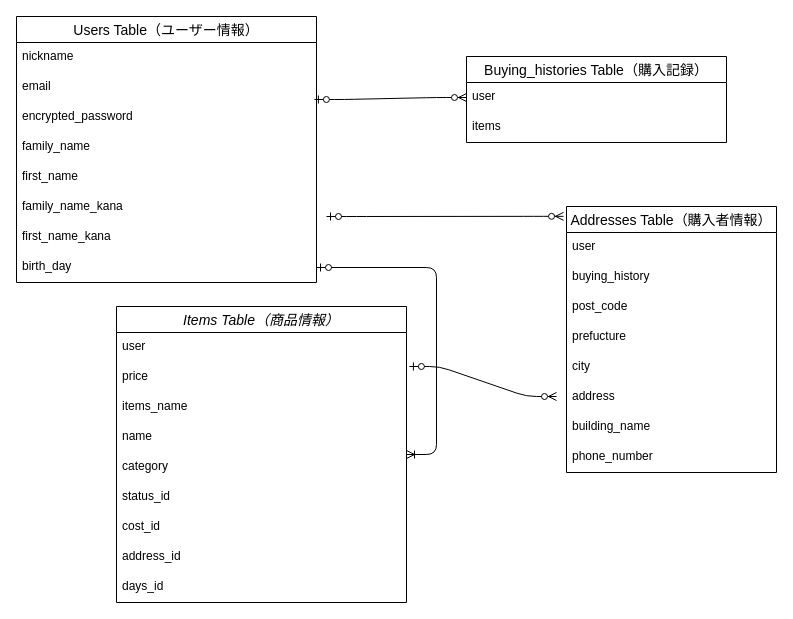
Before: db.dio in ran-hrsw/furima-40243, a draw.io diagram. Source tidied: cells renumbered, new cells numbered last; positions are measured from the earlier drawing's top-left corner, leaving out a move shared by most shapes. Both pictures are drawn from the tidied source at 100%, with x=0, y=0 at pixel (16, 16).
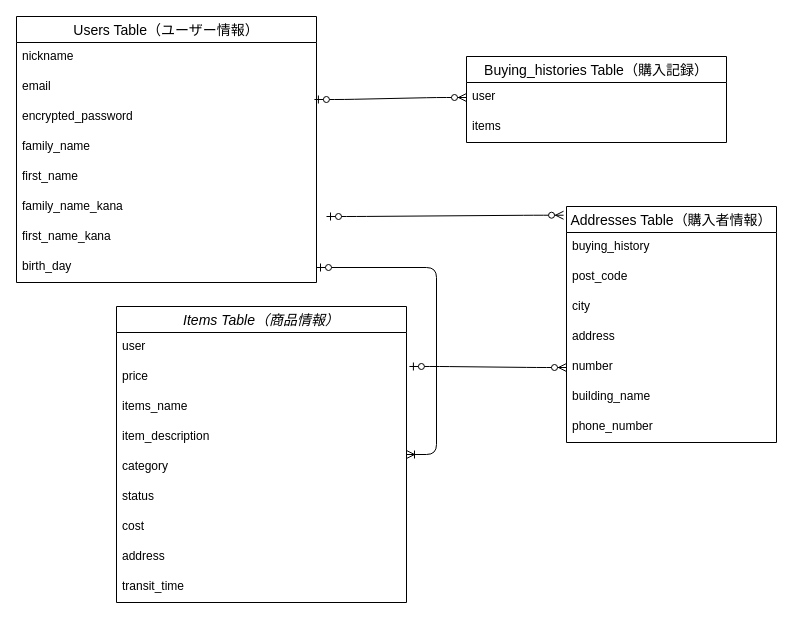
The same page after the edit.

Unchanged cells that the change refers to:
```xml
<mxCell id="2" value="Items Table（商品情報）" style="swimlane;fontStyle=2;horizontal=1;startSize=26;align=center;fontSize=14;" parent="1" vertex="1">
  <mxGeometry x="100" y="290" width="290" height="296" as="geometry" />
</mxCell>
<mxCell id="4" value="price" style="text;strokeColor=none;fillColor=none;spacingLeft=4;spacingRight=4;overflow=hidden;points=[[0,0.5],[1,0.5]];portConstraint=eastwest;fontSize=12;" parent="2" vertex="1">
  <mxGeometry y="56" width="290" height="30" as="geometry" />
</mxCell>
```

Diff of the diagram source:
```diff
@@
-    <mxCell id="6" value="name" style="text;strokeColor=none;fillColor=none;spacingLeft=4;spacingRight=4;overflow=hidden;fontSize=12;" parent="2" vertex="1">
+    <mxCell id="6" value="item_description" style="text;strokeColor=none;fillColor=none;spacingLeft=4;spacingRight=4;overflow=hidden;fontSize=12;" parent="2" vertex="1">
       <mxGeometry y="116" width="290" height="30" as="geometry" />
     </mxCell>
@@
-    <mxCell id="8" value="status_id" style="text;strokeColor=none;fillColor=none;spacingLeft=4;spacingRight=4;overflow=hidden;fontSize=12;" parent="2" vertex="1">
+    <mxCell id="8" value="status" style="text;strokeColor=none;fillColor=none;spacingLeft=4;spacingRight=4;overflow=hidden;fontSize=12;" parent="2" vertex="1">
       <mxGeometry y="176" width="290" height="30" as="geometry" />
     </mxCell>
-    <mxCell id="9" value="cost_id" style="text;strokeColor=none;fillColor=none;spacingLeft=4;spacingRight=4;overflow=hidden;fontSize=12;" parent="2" vertex="1">
+    <mxCell id="9" value="cost" style="text;strokeColor=none;fillColor=none;spacingLeft=4;spacingRight=4;overflow=hidden;fontSize=12;" parent="2" vertex="1">
       <mxGeometry y="206" width="290" height="30" as="geometry" />
     </mxCell>
-    <mxCell id="10" value="address_id" style="text;strokeColor=none;fillColor=none;spacingLeft=4;spacingRight=4;overflow=hidden;fontSize=12;" parent="2" vertex="1">
+    <mxCell id="10" value="address" style="text;strokeColor=none;fillColor=none;spacingLeft=4;spacingRight=4;overflow=hidden;fontSize=12;" parent="2" vertex="1">
       <mxGeometry y="236" width="290" height="30" as="geometry" />
     </mxCell>
-    <mxCell id="11" value="days_id" style="text;strokeColor=none;fillColor=none;spacingLeft=4;spacingRight=4;overflow=hidden;fontSize=12;" parent="2" vertex="1">
+    <mxCell id="11" value="transit_time" style="text;strokeColor=none;fillColor=none;spacingLeft=4;spacingRight=4;overflow=hidden;fontSize=12;" parent="2" vertex="1">
       <mxGeometry y="266" width="290" height="30" as="geometry" />
     </mxCell>
@@
     <mxCell id="15" value="Addresses Table（購入者情報）" style="swimlane;fontStyle=0;horizontal=1;startSize=26;align=center;fontSize=14;" parent="1" vertex="1">
-      <mxGeometry x="550" y="190" width="210" height="266" as="geometry" />
+      <mxGeometry x="550" y="190" width="210" height="236" as="geometry" />
     </mxCell>
-    <mxCell id="16" value="user&#10;&#10;" style="text;strokeColor=none;fillColor=none;spacingLeft=4;spacingRight=4;overflow=hidden;fontSize=12;" parent="15" vertex="1">
-      <mxGeometry y="26" width="210" height="30" as="geometry" />
-    </mxCell>
     <mxCell id="17" value="buying_history" style="text;strokeColor=none;fillColor=none;spacingLeft=4;spacingRight=4;overflow=hidden;fontSize=12;" parent="15" vertex="1">
-      <mxGeometry y="56" width="210" height="30" as="geometry" />
+      <mxGeometry y="26" width="210" height="30" as="geometry" />
     </mxCell>
     <mxCell id="18" value="post_code" style="text;strokeColor=none;fillColor=none;spacingLeft=4;spacingRight=4;overflow=hidden;fontSize=12;" parent="15" vertex="1">
-      <mxGeometry y="86" width="210" height="30" as="geometry" />
+      <mxGeometry y="56" width="210" height="30" as="geometry" />
     </mxCell>
-    <mxCell id="19" value="prefucture" style="text;strokeColor=none;fillColor=none;spacingLeft=4;spacingRight=4;overflow=hidden;fontSize=12;" parent="15" vertex="1">
-      <mxGeometry y="116" width="210" height="30" as="geometry" />
-    </mxCell>
     <mxCell id="20" value="city" style="text;strokeColor=none;fillColor=none;spacingLeft=4;spacingRight=4;overflow=hidden;fontSize=12;" parent="15" vertex="1">
-      <mxGeometry y="146" width="210" height="30" as="geometry" />
+      <mxGeometry y="86" width="210" height="30" as="geometry" />
     </mxCell>
     <mxCell id="21" value="address" style="text;strokeColor=none;fillColor=none;spacingLeft=4;spacingRight=4;overflow=hidden;fontSize=12;" parent="15" vertex="1">
-      <mxGeometry y="176" width="210" height="30" as="geometry" />
+      <mxGeometry y="116" width="210" height="30" as="geometry" />
     </mxCell>
-    <mxCell id="22" value="building_name" style="text;strokeColor=none;fillColor=none;spacingLeft=4;spacingRight=4;overflow=hidden;points=[[0,0.5],[1,0.5]];portConstraint=eastwest;fontSize=12;" parent="15" vertex="1">
-      <mxGeometry y="206" width="210" height="30" as="geometry" />
+    <mxCell id="22" value="number" style="text;strokeColor=none;fillColor=none;spacingLeft=4;spacingRight=4;overflow=hidden;points=[[0,0.5],[1,0.5]];portConstraint=eastwest;fontSize=12;" parent="15" vertex="1">
+      <mxGeometry y="146" width="210" height="30" as="geometry" />
     </mxCell>
-    <mxCell id="23" value="phone_number" style="text;strokeColor=none;fillColor=none;spacingLeft=4;spacingRight=4;overflow=hidden;fontSize=12;" parent="15" vertex="1">
-      <mxGeometry y="236" width="210" height="30" as="geometry" />
+    <mxCell id="23" value="building_name" style="text;strokeColor=none;fillColor=none;spacingLeft=4;spacingRight=4;overflow=hidden;fontSize=12;" parent="15" vertex="1">
+      <mxGeometry y="176" width="210" height="30" as="geometry" />
     </mxCell>
+    <mxCell id="37" value="phone_number" style="text;strokeColor=none;fillColor=none;spacingLeft=4;spacingRight=4;overflow=hidden;fontSize=12;" parent="15" vertex="1">
+      <mxGeometry y="206" width="210" height="30" as="geometry" />
+    </mxCell>
@@
-    <mxCell id="35" style="edgeStyle=entityRelationEdgeStyle;fontSize=12;html=1;endArrow=ERzeroToMany;startArrow=ERzeroToOne;exitX=1.01;exitY=0.133;exitDx=0;exitDy=0;exitPerimeter=0;" parent="1" edge="1" source="4">
-      <mxGeometry relative="1" as="geometry">
-        <mxPoint x="540" y="380" as="targetPoint" />
-      </mxGeometry>
+    <mxCell id="35" style="edgeStyle=entityRelationEdgeStyle;fontSize=12;html=1;endArrow=ERzeroToMany;startArrow=ERzeroToOne;exitX=1.01;exitY=0.133;exitDx=0;exitDy=0;exitPerimeter=0;entryX=0;entryY=0.5;entryDx=0;entryDy=0;" parent="1" edge="1" source="4" target="22">
+      <mxGeometry relative="1" as="geometry" />
     </mxCell>
```
